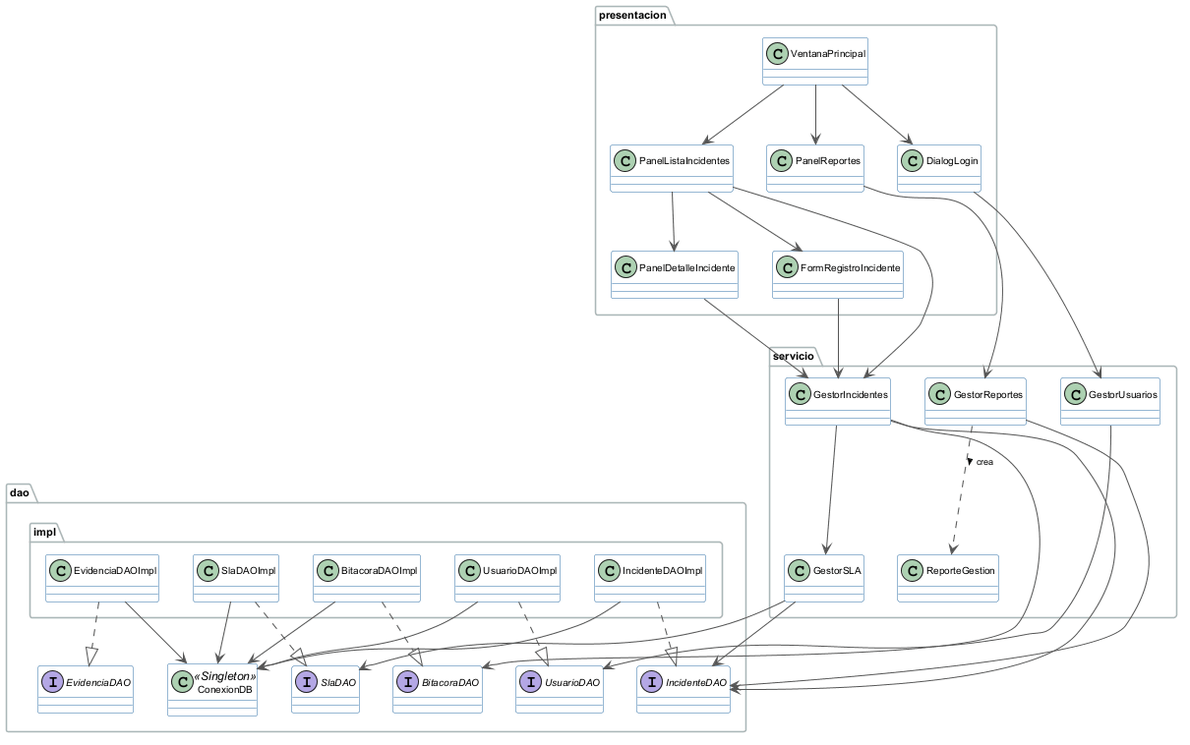
Before: diagramas/SGISI - Diagrama de Clases - Capas DAO, Servicio y Presentación.png, a diagram exported from PlantUML (FrancoCarrizoDev/sgisi-banco-regional).
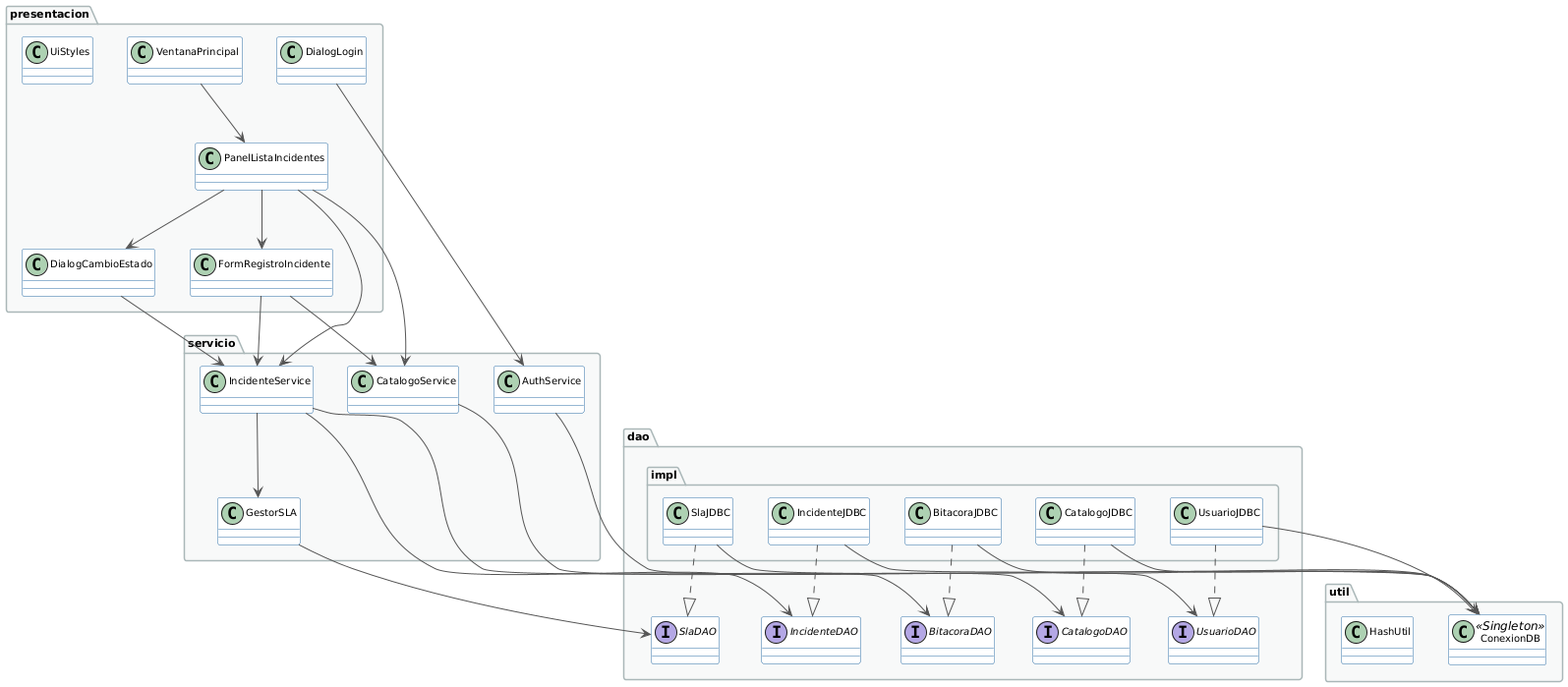
After the change.

The edit, as a diff of the source:
```diff
@@ -21,50 +21,51 @@
   FontSize 9
 }
 
+package "util" {
+  class ConexionDB <<Singleton>>
+  class HashUtil
+}
+
 package "dao" {
   interface IncidenteDAO
   interface UsuarioDAO
-  interface EvidenciaDAO
+  interface CatalogoDAO
   interface BitacoraDAO
   interface SlaDAO
-  class ConexionDB <<Singleton>>
 }
 
 package "dao.impl" {
-  class IncidenteDAOImpl
-  class UsuarioDAOImpl
-  class EvidenciaDAOImpl
-  class BitacoraDAOImpl
-  class SlaDAOImpl
+  class IncidenteJDBC
+  class UsuarioJDBC
+  class CatalogoJDBC
+  class BitacoraJDBC
+  class SlaJDBC
 
-  IncidenteDAOImpl ..|> IncidenteDAO
-  UsuarioDAOImpl   ..|> UsuarioDAO
-  EvidenciaDAOImpl ..|> EvidenciaDAO
-  BitacoraDAOImpl  ..|> BitacoraDAO
-  SlaDAOImpl       ..|> SlaDAO
+  IncidenteJDBC ..|> IncidenteDAO
+  UsuarioJDBC   ..|> UsuarioDAO
+  CatalogoJDBC  ..|> CatalogoDAO
+  BitacoraJDBC  ..|> BitacoraDAO
+  SlaJDBC       ..|> SlaDAO
 
-  IncidenteDAOImpl --> ConexionDB
-  UsuarioDAOImpl   --> ConexionDB
-  EvidenciaDAOImpl --> ConexionDB
-  BitacoraDAOImpl  --> ConexionDB
-  SlaDAOImpl       --> ConexionDB
+  IncidenteJDBC --> ConexionDB
+  UsuarioJDBC   --> ConexionDB
+  CatalogoJDBC  --> ConexionDB
+  BitacoraJDBC  --> ConexionDB
+  SlaJDBC       --> ConexionDB
 }
 
 package "servicio" {
-  class GestorIncidentes
-  class GestorUsuarios
+  class AuthService
+  class IncidenteService
+  class CatalogoService
   class GestorSLA
-  class GestorReportes
-  class ReporteGestion
 
-  GestorIncidentes --> IncidenteDAO
-  GestorIncidentes --> BitacoraDAO
-  GestorIncidentes --> GestorSLA
-  GestorUsuarios   --> UsuarioDAO
+  AuthService      --> UsuarioDAO
+  IncidenteService --> IncidenteDAO
+  IncidenteService --> BitacoraDAO
+  IncidenteService --> GestorSLA
+  CatalogoService  --> CatalogoDAO
   GestorSLA        --> SlaDAO
-  GestorSLA        --> IncidenteDAO
-  GestorReportes   --> IncidenteDAO
-  GestorReportes   ..> ReporteGestion : crea >
 }
 
 package "presentacion" {
@@ -72,19 +73,18 @@
   class DialogLogin
   class PanelListaIncidentes
   class FormRegistroIncidente
-  class PanelDetalleIncidente
-  class PanelReportes
+  class DialogCambioEstado
+  class UiStyles
 
-  VentanaPrincipal     --> DialogLogin
-  VentanaPrincipal     --> PanelListaIncidentes
-  VentanaPrincipal     --> PanelReportes
-  PanelListaIncidentes --> FormRegistroIncidente
-  PanelListaIncidentes --> PanelDetalleIncidente
-  DialogLogin          --> GestorUsuarios
-  PanelListaIncidentes --> GestorIncidentes
-  FormRegistroIncidente --> GestorIncidentes
-  PanelDetalleIncidente --> GestorIncidentes
-  PanelReportes        --> GestorReportes
+  VentanaPrincipal      --> PanelListaIncidentes
+  PanelListaIncidentes  --> FormRegistroIncidente
+  PanelListaIncidentes  --> DialogCambioEstado
+  DialogLogin           --> AuthService
+  PanelListaIncidentes  --> IncidenteService
+  PanelListaIncidentes  --> CatalogoService
+  FormRegistroIncidente --> IncidenteService
+  FormRegistroIncidente --> CatalogoService
+  DialogCambioEstado    --> IncidenteService
 }
 
 @enduml
```
